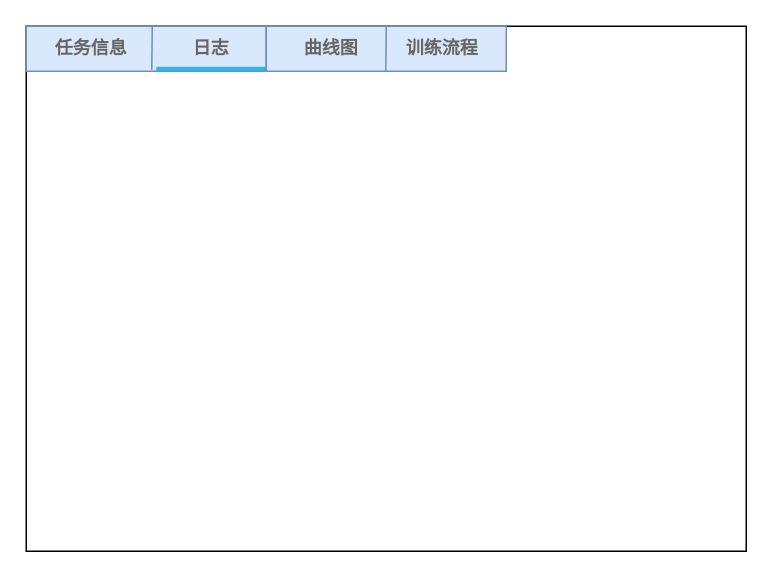
Above: page "第 3 页" (3 of 3) of 原型图.drawio in foreignbill/drawio (draw.io), before the change. Source tidied: cells renumbered, new cells numbered last; positions are measured from the earlier drawing's top-left corner, leaving out a move shared by most shapes. Both pictures are drawn from the tidied source at 150%, with x=0, y=0 at pixel (26, 26).
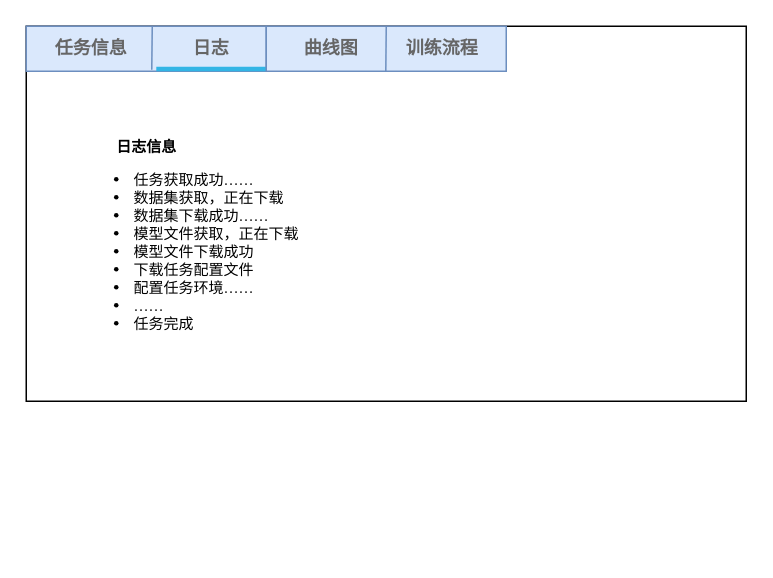
The same diagram, later.

The edit, as a diff of the source:
```diff
@@
 <mxGraphModel>
   <root>
     <mxCell id="0" />
     <mxCell id="1" parent="0" />
     <mxCell id="2" style="rounded=0;whiteSpace=wrap;html=1;fontFamily=Times New Roman;" parent="1" vertex="1">
-      <mxGeometry width="480" height="350" as="geometry" />
+      <mxGeometry width="480" height="250" as="geometry" />
     </mxCell>
     <mxCell id="3" style="strokeWidth=1;html=1;shadow=0;dashed=0;shape=mxgraph.android.rrect;rSize=0;fillColor=#dae8fc;strokeColor=#6c8ebf;fontFamily=Times New Roman;" parent="1" vertex="1">
       <mxGeometry width="160" height="30" as="geometry" />
     </mxCell>
     <mxCell id="4" value="任务信息" style="strokeWidth=1;html=1;shadow=0;dashed=0;shape=mxgraph.android.anchor;fontStyle=1;fontColor=#666666;fontFamily=Times New Roman;" parent="3" vertex="1">
       <mxGeometry width="86.5" height="30" as="geometry" />
     </mxCell>
     <mxCell id="5" value="日志" style="strokeWidth=1;html=1;shadow=0;dashed=0;shape=mxgraph.android.rrect;rSize=0;fontStyle=1;fillColor=none;strokeColor=none;fontColor=#666666;fontFamily=Times New Roman;" parent="3" vertex="1">
       <mxGeometry x="86.7" width="73.3" height="30" as="geometry" />
     </mxCell>
     <mxCell id="6" style="strokeWidth=1;html=1;shadow=0;dashed=0;shape=mxgraph.android.rrect;rSize=0;fillColor=#33b5e5;strokeColor=none;fontFamily=Times New Roman;" parent="5" vertex="1">
       <mxGeometry y="27" width="73.3" height="3" as="geometry" />
     </mxCell>
     <mxCell id="7" style="endArrow=none;html=1;rounded=0;exitX=0.523;exitY=0.967;exitDx=0;exitDy=0;exitPerimeter=0;fontFamily=Times New Roman;fillColor=#dae8fc;strokeColor=#6c8ebf;" parent="1" edge="1" source="3">
       <mxGeometry relative="1" as="geometry">
         <mxPoint x="84" as="targetPoint" />
       </mxGeometry>
     </mxCell>
     <mxCell id="8" style="strokeWidth=1;html=1;shadow=0;dashed=0;shape=mxgraph.android.rrect;rSize=0;fillColor=#dae8fc;strokeColor=#6c8ebf;fontFamily=Times New Roman;" parent="1" vertex="1">
       <mxGeometry x="160" width="160" height="30" as="geometry" />
     </mxCell>
     <mxCell id="9" value="曲线图" style="strokeWidth=1;html=1;shadow=0;dashed=0;shape=mxgraph.android.anchor;fontStyle=1;fontColor=#666666;fontFamily=Times New Roman;" parent="8" vertex="1">
       <mxGeometry width="86.5" height="30" as="geometry" />
     </mxCell>
     <mxCell id="10" value="训练流程" style="strokeWidth=1;html=1;shadow=0;dashed=0;shape=mxgraph.android.anchor;fontStyle=1;fontColor=#666666;fontFamily=Times New Roman;" parent="8" vertex="1">
       <mxGeometry x="73.5" width="86.5" height="30" as="geometry" />
     </mxCell>
     <mxCell id="11" style="endArrow=none;html=1;rounded=0;exitX=0.523;exitY=0.967;exitDx=0;exitDy=0;exitPerimeter=0;fontFamily=Times New Roman;fillColor=#dae8fc;strokeColor=#6c8ebf;" parent="8" edge="1">
       <mxGeometry relative="1" as="geometry">
         <mxPoint x="79.7" y="30" as="sourcePoint" />
         <mxPoint x="80" as="targetPoint" />
       </mxGeometry>
     </mxCell>
+    <mxCell id="12" value="&lt;ul&gt;&lt;li&gt;任务获取成功……&lt;/li&gt;&lt;li&gt;数据集获取，正在下载&lt;/li&gt;&lt;li&gt;数据集下载成功……&lt;/li&gt;&lt;li&gt;模型文件获取，正在下载&lt;/li&gt;&lt;li&gt;模型文件下载成功&lt;/li&gt;&lt;li&gt;下载任务配置文件&lt;/li&gt;&lt;li&gt;配置任务环境……&lt;/li&gt;&lt;li&gt;……&lt;/li&gt;&lt;li&gt;任务完成&lt;/li&gt;&lt;/ul&gt;" style="text;strokeColor=none;fillColor=none;html=1;whiteSpace=wrap;verticalAlign=middle;overflow=hidden;fontSize=10;fontFamily=Times New Roman;" parent="1" vertex="1">
+      <mxGeometry x="30" y="80" width="410" height="140" as="geometry" />
+    </mxCell>
+    <mxCell id="13" value="日志信息" style="text;strokeColor=none;fillColor=none;html=1;fontSize=10;fontStyle=1;verticalAlign=middle;align=center;fontFamily=Times New Roman;" parent="1" vertex="1">
+      <mxGeometry x="30" y="60" width="100" height="40" as="geometry" />
+    </mxCell>
   </root>
 </mxGraphModel>
```
